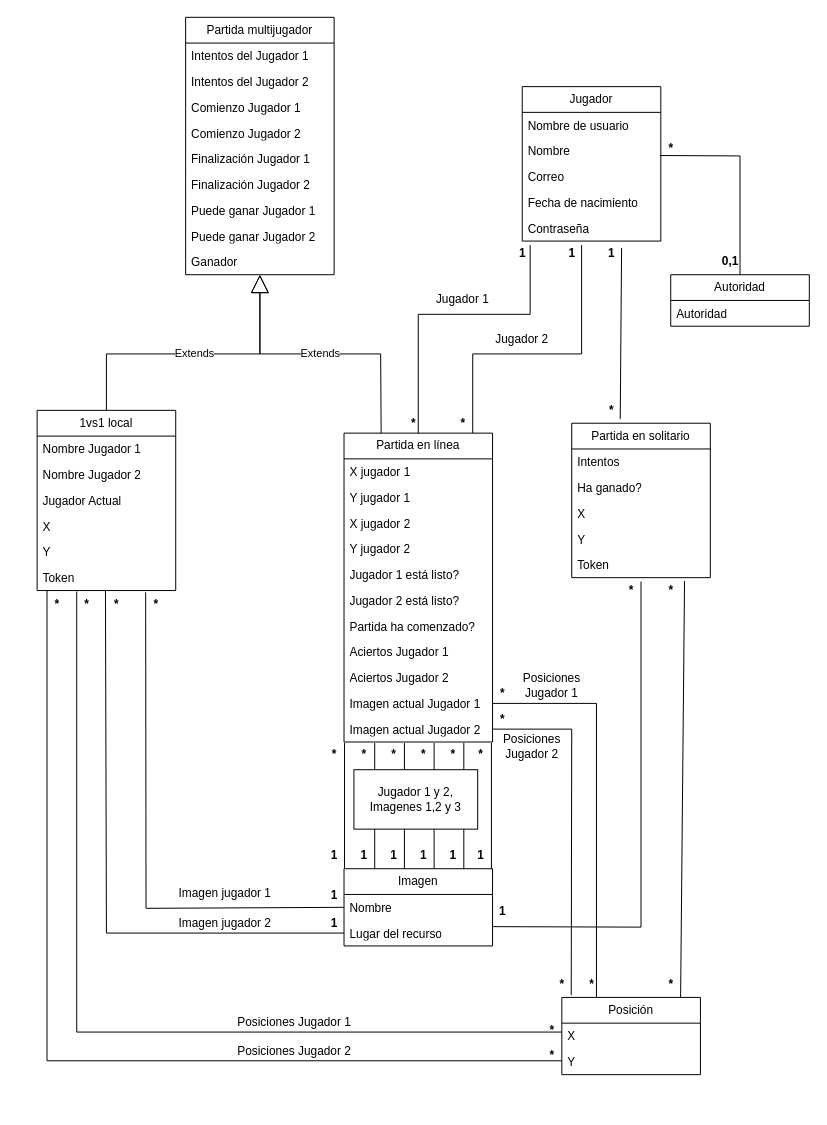
Before: doc/Diagrama de clases.drawio in jucamgar2/CUPES-TFG, a draw.io diagram. Source tidied: cells renumbered, new cells numbered last; positions are measured from the earlier drawing's top-left corner, leaving out a move shared by most shapes. Both pictures are drawn from the tidied source at 99%, with x=0, y=0 at pixel (17, 17).
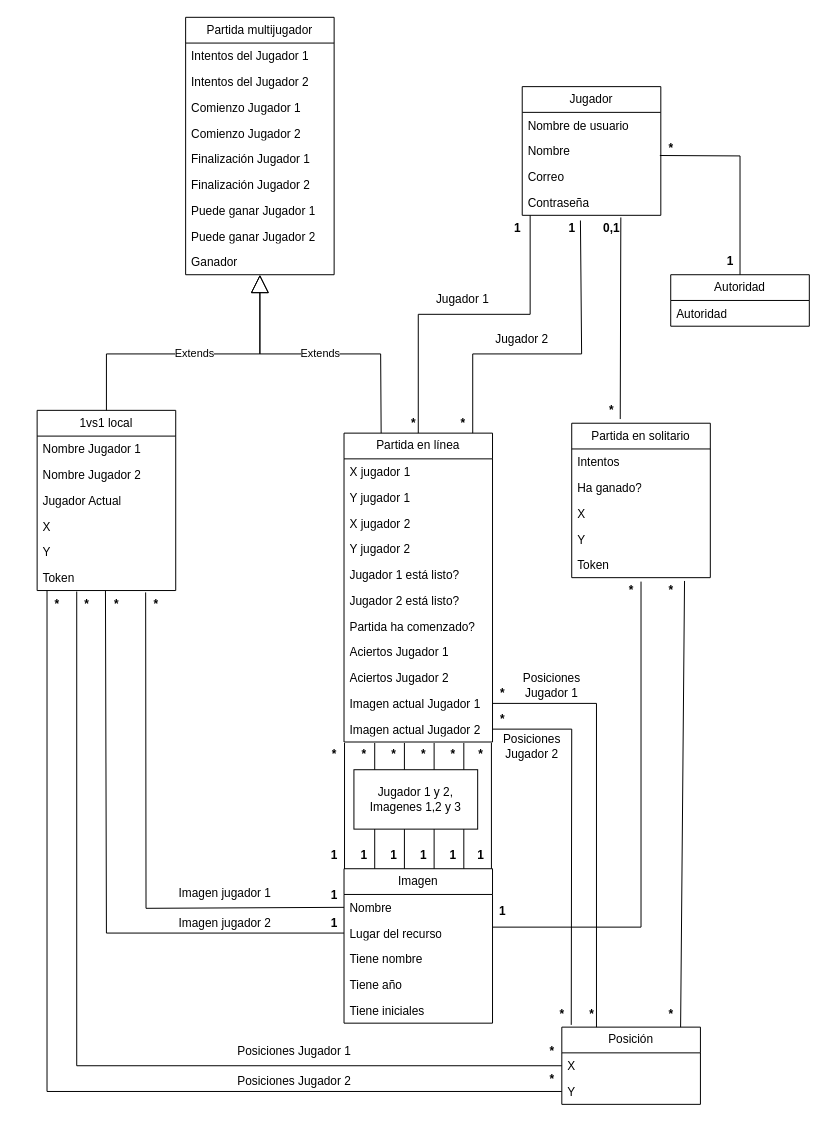
The same diagram, later.

The change refers to these unchanged cells:
```xml
<mxCell id="13" value="X&lt;span style=&quot;white-space: pre;&quot;&gt;&#9;&lt;/span&gt;" style="text;strokeColor=none;fillColor=none;align=left;verticalAlign=top;spacingLeft=4;spacingRight=4;overflow=hidden;points=[[0,0.5],[1,0.5]];portConstraint=eastwest;whiteSpace=wrap;html=1;" parent="12" vertex="1">
  <mxGeometry y="26" width="140" height="26" as="geometry" />
</mxCell>
<mxCell id="14" value="Y" style="text;strokeColor=none;fillColor=none;align=left;verticalAlign=top;spacingLeft=4;spacingRight=4;overflow=hidden;points=[[0,0.5],[1,0.5]];portConstraint=eastwest;whiteSpace=wrap;html=1;" parent="12" vertex="1">
  <mxGeometry y="52" width="140" height="26" as="geometry" />
</mxCell>
<mxCell id="28" value="Partida en solitario" style="swimlane;fontStyle=0;horizontal=1;startSize=26;fillColor=none;whiteSpace=wrap;html=1;" parent="1" vertex="1">
  <mxGeometry x="560" y="410" width="140" height="156" as="geometry" />
</mxCell>
<mxCell id="42" value="Partida en línea" style="swimlane;fontStyle=0;horizontal=1;startSize=26;fillColor=none;whiteSpace=wrap;html=1;" parent="1" vertex="1">
  <mxGeometry x="330" y="420" width="150" height="312" as="geometry" />
</mxCell>
```

Diff of the diagram source:
```diff
@@
     <mxCell id="4" value="Jugador" style="swimlane;fontStyle=0;horizontal=1;startSize=26;fillColor=none;whiteSpace=wrap;html=1;" parent="1" vertex="1">
-      <mxGeometry x="510" y="70" width="140" height="156" as="geometry" />
+      <mxGeometry x="510" y="70" width="140" height="130" as="geometry" />
     </mxCell>
@@
-    <mxCell id="8" value="Fecha de nacimiento" style="text;strokeColor=none;fillColor=none;align=left;verticalAlign=top;spacingLeft=4;spacingRight=4;overflow=hidden;whiteSpace=wrap;html=1;" parent="4" vertex="1">
-      <mxGeometry y="104" width="140" height="26" as="geometry" />
-    </mxCell>
     <mxCell id="9" value="Contraseña" style="text;strokeColor=none;fillColor=none;align=left;verticalAlign=top;spacingLeft=4;spacingRight=4;overflow=hidden;points=[[0,0.5],[1,0.5]];portConstraint=eastwest;whiteSpace=wrap;html=1;" parent="4" vertex="1">
-      <mxGeometry y="130" width="140" height="26" as="geometry" />
+      <mxGeometry y="104" width="140" height="26" as="geometry" />
     </mxCell>
@@
-    <mxCell id="11" value="0,1" style="text;align=center;fontStyle=1;verticalAlign=middle;spacingLeft=3;spacingRight=3;strokeColor=none;html=1;" parent="1" vertex="1">
+    <mxCell id="11" value="1" style="text;align=center;fontStyle=1;verticalAlign=middle;spacingLeft=3;spacingRight=3;strokeColor=none;html=1;" parent="1" vertex="1">
       <mxGeometry x="680" y="234" width="80" height="26" as="geometry" />
     </mxCell>
     <mxCell id="12" value="Posición" style="swimlane;fontStyle=0;horizontal=1;startSize=26;fillColor=none;whiteSpace=wrap;html=1;" parent="1" vertex="1">
-      <mxGeometry x="550" y="990" width="140" height="78" as="geometry" />
+      <mxGeometry x="550" y="1020" width="140" height="78" as="geometry" />
     </mxCell>
@@
     <mxCell id="15" value="Imagen" style="swimlane;fontStyle=0;horizontal=1;startSize=26;fillColor=none;whiteSpace=wrap;html=1;" parent="1" vertex="1">
-      <mxGeometry x="330" y="860" width="150" height="78" as="geometry" />
+      <mxGeometry x="330" y="860" width="150" height="156" as="geometry" />
     </mxCell>
@@
+    <mxCell id="116" value="Tiene nombre" style="text;strokeColor=none;fillColor=none;align=left;verticalAlign=top;spacingLeft=4;spacingRight=4;overflow=hidden;whiteSpace=wrap;html=1;" parent="15" vertex="1">
+      <mxGeometry y="78" width="150" height="26" as="geometry" />
+    </mxCell>
+    <mxCell id="117" value="Tiene año" style="text;strokeColor=none;fillColor=none;align=left;verticalAlign=top;spacingLeft=4;spacingRight=4;overflow=hidden;whiteSpace=wrap;html=1;" parent="15" vertex="1">
+      <mxGeometry y="104" width="150" height="26" as="geometry" />
+    </mxCell>
+    <mxCell id="118" value="Tiene iniciales" style="text;strokeColor=none;fillColor=none;align=left;verticalAlign=top;spacingLeft=4;spacingRight=4;overflow=hidden;whiteSpace=wrap;html=1;" parent="15" vertex="1">
+      <mxGeometry y="130" width="150" height="26" as="geometry" />
+    </mxCell>
@@
     <mxCell id="55" style="endArrow=none;html=1;rounded=0;exitX=0.5;exitY=0;exitDx=0;exitDy=0;" parent="1" edge="1" source="42">
       <mxGeometry relative="1" as="geometry">
-        <mxPoint x="518" y="230" as="targetPoint" />
+        <mxPoint x="518" y="200" as="targetPoint" />
         <Array as="points">
           <mxPoint x="405" y="300" />
           <mxPoint x="518" y="300" />
         </Array>
       </mxGeometry>
     </mxCell>
-    <mxCell id="56" style="endArrow=none;html=1;rounded=0;exitX=0.5;exitY=0;exitDx=0;exitDy=0;" parent="1" edge="1">
+    <mxCell id="56" style="endArrow=none;html=1;rounded=0;exitX=0.5;exitY=0;exitDx=0;exitDy=0;entryX=0.42;entryY=1.201;entryDx=0;entryDy=0;entryPerimeter=0;" parent="1" edge="1" target="9">
       <mxGeometry relative="1" as="geometry">
         <mxPoint x="460" y="420" as="sourcePoint" />
-        <mxPoint x="570" y="230" as="targetPoint" />
         <Array as="points">
           <mxPoint x="460" y="340" />
           <mxPoint x="570" y="340" />
         </Array>
       </mxGeometry>
     </mxCell>
@@
-    <mxCell id="59" style="endArrow=none;html=1;rounded=0;entryX=0.717;entryY=1.264;entryDx=0;entryDy=0;entryPerimeter=0;exitX=0.35;exitY=-0.027;exitDx=0;exitDy=0;exitPerimeter=0;" parent="1" edge="1" source="28" target="9">
+    <mxCell id="59" style="endArrow=none;html=1;rounded=0;entryX=0.62;entryY=0.083;entryDx=0;entryDy=0;entryPerimeter=0;exitX=0.35;exitY=-0.027;exitDx=0;exitDy=0;exitPerimeter=0;" parent="1" edge="1" source="28" target="64">
       <mxGeometry relative="1" as="geometry" />
     </mxCell>
@@
     <mxCell id="62" value="1" style="text;align=center;fontStyle=1;verticalAlign=middle;spacingLeft=3;spacingRight=3;strokeColor=none;html=1;" parent="1" vertex="1">
-      <mxGeometry x="470" y="226" width="80" height="26" as="geometry" />
+      <mxGeometry x="465" y="200" width="80" height="26" as="geometry" />
     </mxCell>
     <mxCell id="63" value="1" style="text;align=center;fontStyle=1;verticalAlign=middle;spacingLeft=3;spacingRight=3;strokeColor=none;html=1;" parent="1" vertex="1">
-      <mxGeometry x="520" y="226" width="80" height="26" as="geometry" />
+      <mxGeometry x="520" y="200" width="80" height="26" as="geometry" />
     </mxCell>
-    <mxCell id="64" value="1" style="text;align=center;fontStyle=1;verticalAlign=middle;spacingLeft=3;spacingRight=3;strokeColor=none;points=[[0,0.5],[1,0.5]];portConstraint=eastwest;html=1;" parent="1" vertex="1">
-      <mxGeometry x="560" y="226" width="80" height="26" as="geometry" />
+    <mxCell id="64" value="0,1" style="text;align=center;fontStyle=1;verticalAlign=middle;spacingLeft=3;spacingRight=3;strokeColor=none;points=[[0,0.5],[1,0.5]];portConstraint=eastwest;html=1;" parent="1" vertex="1">
+      <mxGeometry x="560" y="200" width="80" height="26" as="geometry" />
     </mxCell>
@@
     <mxCell id="68" value="*" style="text;align=center;fontStyle=1;verticalAlign=middle;spacingLeft=3;spacingRight=3;strokeColor=none;html=1;" parent="1" vertex="1">
-      <mxGeometry x="620" y="964" width="80" height="26" as="geometry" />
+      <mxGeometry x="620" y="994" width="80" height="26" as="geometry" />
     </mxCell>
-    <mxCell id="69" style="endArrow=none;html=1;rounded=0;" parent="1" edge="1">
+    <mxCell id="69" style="endArrow=none;html=1;rounded=0;exitX=0;exitY=0.5;exitDx=0;exitDy=0;" parent="1" edge="1" source="13">
       <mxGeometry relative="1" as="geometry">
-        <mxPoint x="550" y="1025" as="sourcePoint" />
         <mxPoint x="60" y="580" as="targetPoint" />
         <Array as="points">
-          <mxPoint x="60" y="1025" />
+          <mxPoint x="60" y="1059" />
         </Array>
       </mxGeometry>
     </mxCell>
-    <mxCell id="70" style="endArrow=none;html=1;rounded=0;exitX=0;exitY=0.5;exitDx=0;exitDy=0;" parent="1" edge="1">
+    <mxCell id="70" style="endArrow=none;html=1;rounded=0;exitX=0;exitY=0.5;exitDx=0;exitDy=0;" parent="1" edge="1" source="14">
       <mxGeometry relative="1" as="geometry">
-        <mxPoint x="550" y="1054" as="sourcePoint" />
         <mxPoint x="30" y="579" as="targetPoint" />
         <Array as="points">
-          <mxPoint x="30" y="1054" />
+          <mxPoint x="30" y="1085" />
         </Array>
       </mxGeometry>
     </mxCell>
     <mxCell id="71" value="*" style="text;align=center;fontStyle=1;verticalAlign=middle;spacingLeft=3;spacingRight=3;strokeColor=none;html=1;" parent="1" vertex="1">
-      <mxGeometry x="500" y="1010" width="80" height="26" as="geometry" />
+      <mxGeometry x="500" y="1032" width="80" height="26" as="geometry" />
     </mxCell>
     <mxCell id="72" value="*" style="text;align=center;fontStyle=1;verticalAlign=middle;spacingLeft=3;spacingRight=3;strokeColor=none;html=1;" parent="1" vertex="1">
-      <mxGeometry x="500" y="1036" width="80" height="26" as="geometry" />
+      <mxGeometry x="500" y="1060" width="80" height="26" as="geometry" />
     </mxCell>
@@
     <mxCell id="75" value="Posiciones Jugador 1" style="text;html=1;strokeColor=none;fillColor=none;align=center;verticalAlign=middle;whiteSpace=wrap;rounded=0;" parent="1" vertex="1">
-      <mxGeometry x="200" y="1000" width="160" height="30" as="geometry" />
+      <mxGeometry x="200" y="1030" width="160" height="30" as="geometry" />
     </mxCell>
     <mxCell id="76" value="Posiciones Jugador 2" style="text;html=1;strokeColor=none;fillColor=none;align=center;verticalAlign=middle;whiteSpace=wrap;rounded=0;" parent="1" vertex="1">
-      <mxGeometry x="200" y="1030" width="160" height="30" as="geometry" />
+      <mxGeometry x="200" y="1060" width="160" height="30" as="geometry" />
     </mxCell>
@@
     <mxCell id="83" value="*" style="text;align=center;fontStyle=1;verticalAlign=middle;spacingLeft=3;spacingRight=3;strokeColor=none;html=1;" parent="1" vertex="1">
-      <mxGeometry x="540" y="964" width="80" height="26" as="geometry" />
+      <mxGeometry x="540" y="994" width="80" height="26" as="geometry" />
     </mxCell>
     <mxCell id="84" value="*" style="text;align=center;fontStyle=1;verticalAlign=middle;spacingLeft=3;spacingRight=3;strokeColor=none;html=1;" parent="1" vertex="1">
-      <mxGeometry x="510" y="964" width="80" height="26" as="geometry" />
+      <mxGeometry x="510" y="994" width="80" height="26" as="geometry" />
     </mxCell>
@@
-    <mxCell id="86" style="endArrow=none;html=1;rounded=0;exitX=1;exitY=0.75;exitDx=0;exitDy=0;" parent="1" edge="1" source="15">
+    <mxCell id="86" style="endArrow=none;html=1;rounded=0;" parent="1" edge="1">
       <mxGeometry relative="1" as="geometry">
+        <mxPoint x="480" y="919" as="sourcePoint" />
         <mxPoint x="630" y="570" as="targetPoint" />
         <Array as="points">
           <mxPoint x="630" y="919" />
         </Array>
       </mxGeometry>
     </mxCell>
```
